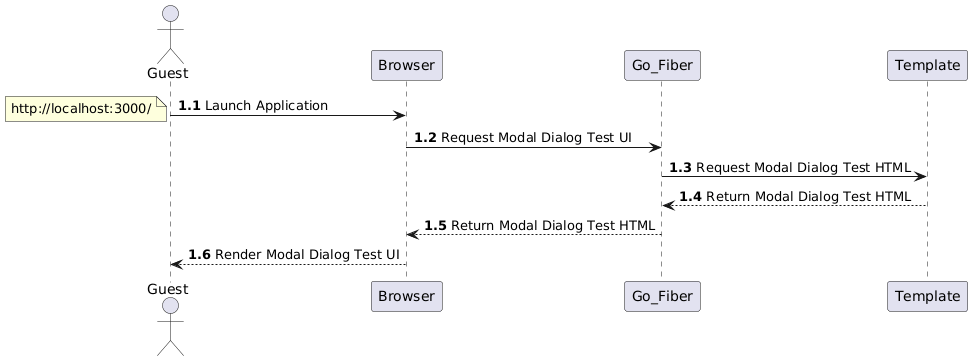
The PlantUML diagram uml/LaunchApplication.png in RodrigoMattosoSilveira/html_htmx-modal_dialogs, before a commit. Its source is kept beside it as uml/LaunchApplication.puml.
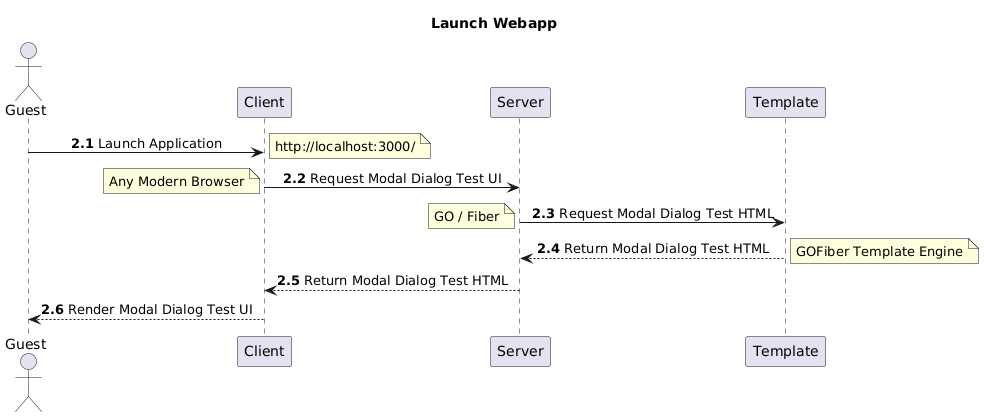
Later version of the same file.

Commit message:
Done documenting the Browser Triggered Modal Dialog Use Cases and Archirecture. Next is the implementation

The edit, as a diff of the source:
```diff
@@ -1,18 +1,28 @@
 @startuml LaunchApplication
-left to right direction
+title Launch Webapp
 skinparam sequenceMessageAlign center
-participant Browser
-participant Go_Fiber
+actor Guest
+participant Client
+participant Server
 participant Template
-actor Guest
+
 autonumber 2.1
-Guest -> Browser: Launch Application
-note left
+Guest -> Client: Launch Application
+note right
  http://localhost:3000/
 end note
-Browser -> Go_Fiber: Request Modal Dialog Test UI
-Go_Fiber -> Template: Request Modal Dialog Test HTML
-Template --> Go_Fiber: Return Modal Dialog Test HTML
-Go_Fiber --> Browser: Return Modal Dialog Test HTML
-Browser --> Guest: Render Modal Dialog Test UI
+Client -> Server: Request Modal Dialog Test UI
+note left
+ Any Modern Browser
+end note
+Server -> Template: Request Modal Dialog Test HTML
+note left
+ GO / Fiber
+end note
+Template --> Server: Return Modal Dialog Test HTML
+note right
+ GOFiber Template Engine
+end note
+Server --> Client: Return Modal Dialog Test HTML
+Client --> Guest: Render Modal Dialog Test UI
 @enduml
```
